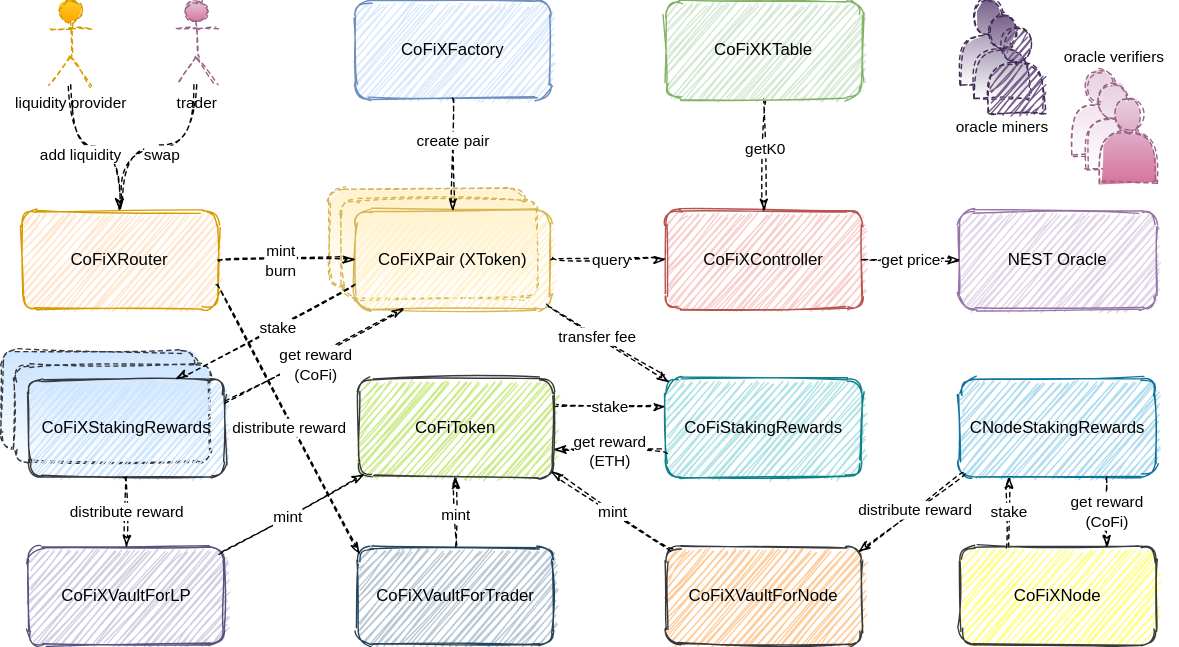
Earlier version of the draw.io export docs/cofix-smart-contract.svg (Computable-Finance/CoFiX). Source tidied: cells renumbered, new cells last; positions are measured from the earlier drawing's top-left corner, leaving out a move shared by most shapes.
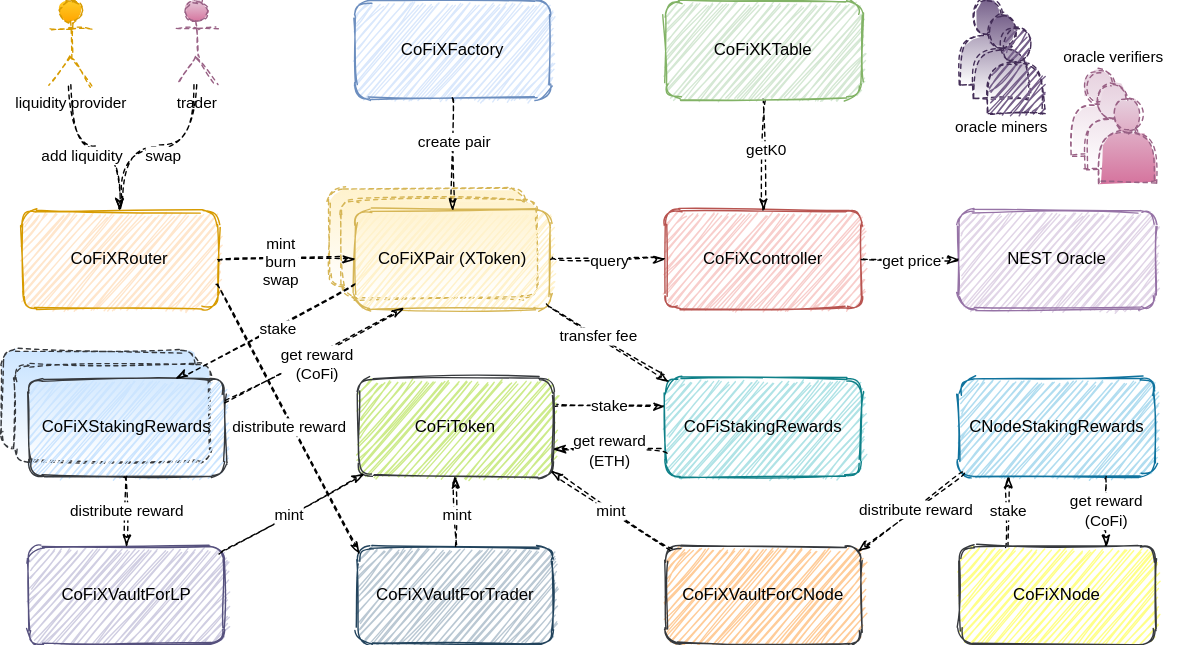
The same diagram one commit later.

The edit, as a diff of the source:
```diff
@@ -22,7 +22,7 @@
         </Array>
       </mxGeometry>
     </mxCell>
-    <mxCell id="7" value="CoFiToken" style="whiteSpace=wrap;html=1;fillColor=#cdeb8b;rounded=1;strokeColor=#36393d;sketch=1;" parent="1" vertex="1">
+    <mxCell id="7" value="&lt;a href=&quot;https://github.com/Computable-Finance/CoFiX/blob/master/contracts/CoFiToken.sol&quot;&gt;CoFiToken&lt;/a&gt;" style="whiteSpace=wrap;html=1;fillColor=#cdeb8b;rounded=1;strokeColor=#36393d;sketch=1;" parent="1" vertex="1">
       <mxGeometry x="255" y="270" width="140" height="70" as="geometry" />
     </mxCell>
     <mxCell id="8" value="stake" style="edgeStyle=orthogonalEdgeStyle;jettySize=auto;html=1;shadow=0;dashed=1;startArrow=none;startFill=0;endArrow=classicThin;endFill=0;fontSize=11;exitX=0.25;exitY=0;exitDx=0;exitDy=0;entryX=0.25;entryY=1;entryDx=0;entryDy=0;curved=1;sketch=1;" parent="1" edge="1" source="9" target="14">
@@ -31,13 +31,13 @@
     <mxCell id="9" value="&lt;a href=&quot;https://github.com/Computable-Finance/CoFiX/blob/master/contracts/CoFiXNode.sol&quot;&gt;CoFiXNode&lt;/a&gt;" style="whiteSpace=wrap;html=1;fillColor=#ffff88;strokeColor=#36393d;rounded=1;sketch=1;" parent="1" vertex="1">
       <mxGeometry x="685" y="390" width="140" height="70" as="geometry" />
     </mxCell>
-    <mxCell id="10" value="CoFiXVaultForLP" style="whiteSpace=wrap;html=1;fillColor=#d0cee2;strokeColor=#56517e;rounded=1;sketch=1;" parent="1" vertex="1">
+    <mxCell id="10" value="&lt;a href=&quot;https://github.com/Computable-Finance/CoFiX/blob/master/contracts/CoFiXVaultForLP.sol&quot;&gt;CoFiXVaultForLP&lt;/a&gt;" style="whiteSpace=wrap;html=1;fillColor=#d0cee2;strokeColor=#56517e;rounded=1;sketch=1;" parent="1" vertex="1">
       <mxGeometry x="20" y="390" width="140" height="70" as="geometry" />
     </mxCell>
-    <mxCell id="11" value="CoFiXVaultForNode" style="whiteSpace=wrap;html=1;fillColor=#ffcc99;strokeColor=#36393d;rounded=1;sketch=1;" parent="1" vertex="1">
+    <mxCell id="11" value="&lt;a href=&quot;https://github.com/Computable-Finance/CoFiX/blob/master/contracts/CoFiXVaultForCNode.sol&quot;&gt;CoFiXVaultForCNode&lt;/a&gt;" style="whiteSpace=wrap;html=1;fillColor=#ffcc99;strokeColor=#36393d;rounded=1;sketch=1;" parent="1" vertex="1">
       <mxGeometry x="475" y="390" width="140" height="70" as="geometry" />
     </mxCell>
-    <mxCell id="12" value="CoFiXVaultForTrader" style="whiteSpace=wrap;html=1;fillColor=#bac8d3;strokeColor=#23445d;rounded=1;sketch=1;" parent="1" vertex="1">
+    <mxCell id="12" value="&lt;a href=&quot;https://github.com/Computable-Finance/CoFiX/blob/master/contracts/CoFiXVaultForTrader.sol&quot;&gt;CoFiXVaultForTrader&lt;/a&gt;" style="whiteSpace=wrap;html=1;fillColor=#bac8d3;strokeColor=#23445d;rounded=1;sketch=1;" parent="1" vertex="1">
       <mxGeometry x="255" y="390" width="140" height="70" as="geometry" />
     </mxCell>
     <mxCell id="13" value="&lt;a href=&quot;https://github.com/Computable-Finance/CoFiX/blob/master/contracts/CoFiStakingRewards.sol&quot;&gt;CoFiStakingRewards&lt;/a&gt;" style="whiteSpace=wrap;html=1;fillColor=#b0e3e6;strokeColor=#0e8088;rounded=1;sketch=1;" parent="1" vertex="1">
@@ -58,7 +58,7 @@
     <mxCell id="18" style="whiteSpace=wrap;html=1;dashed=1;fillColor=#cce5ff;strokeColor=#36393d;rounded=1;gradientColor=#ffffff;sketch=1;" parent="16" vertex="1">
       <mxGeometry x="10" y="10" width="140" height="70" as="geometry" />
     </mxCell>
-    <mxCell id="19" value="CoFiXStakingRewards" style="whiteSpace=wrap;html=1;fillColor=#cce5ff;strokeColor=#36393d;rounded=1;sketch=1;" parent="16" vertex="1">
+    <mxCell id="19" value="&lt;a href=&quot;https://github.com/Computable-Finance/CoFiX/blob/master/contracts/CoFiXStakingRewards.sol&quot;&gt;CoFiXStakingRewards&lt;/a&gt;" style="whiteSpace=wrap;html=1;fillColor=#cce5ff;strokeColor=#36393d;rounded=1;sketch=1;" parent="16" vertex="1">
       <mxGeometry x="20" y="20" width="140" height="70" as="geometry" />
     </mxCell>
     <mxCell id="20" style="group;rounded=1;sketch=1;" parent="1" vertex="1">
@@ -76,8 +76,10 @@
     <mxCell id="24" style="endArrow=classicThin;html=1;dashed=1;entryX=0;entryY=0.5;entryDx=0;entryDy=0;exitX=1;exitY=0.5;exitDx=0;exitDy=0;endFill=0;curved=1;sketch=1;" parent="1" edge="1" source="2" target="23">
       <mxGeometry relative="1" as="geometry" />
     </mxCell>
-    <mxCell id="25" value="mint&lt;br&gt;burn" style="edgeLabel;html=1;align=center;verticalAlign=middle;rounded=1;sketch=1;" parent="24" vertex="1">
-      <mxGeometry x="-0.1" y="-1" relative="1" as="geometry" />
+    <mxCell id="25" value="mint&lt;br&gt;burn&lt;br&gt;swap" style="edgeLabel;html=1;align=center;verticalAlign=middle;rounded=1;sketch=1;" parent="24" vertex="1">
+      <mxGeometry x="-0.1" y="-1" relative="1" as="geometry">
+        <mxPoint x="1" as="offset" />
+      </mxGeometry>
     </mxCell>
     <mxCell id="26" style="endArrow=classicThin;html=1;dashed=1;entryX=0;entryY=0.5;entryDx=0;entryDy=0;exitX=1;exitY=0.5;exitDx=0;exitDy=0;endFill=0;curved=1;sketch=1;" parent="1" edge="1" source="23" target="4">
       <mxGeometry relative="1" as="geometry" />
```
